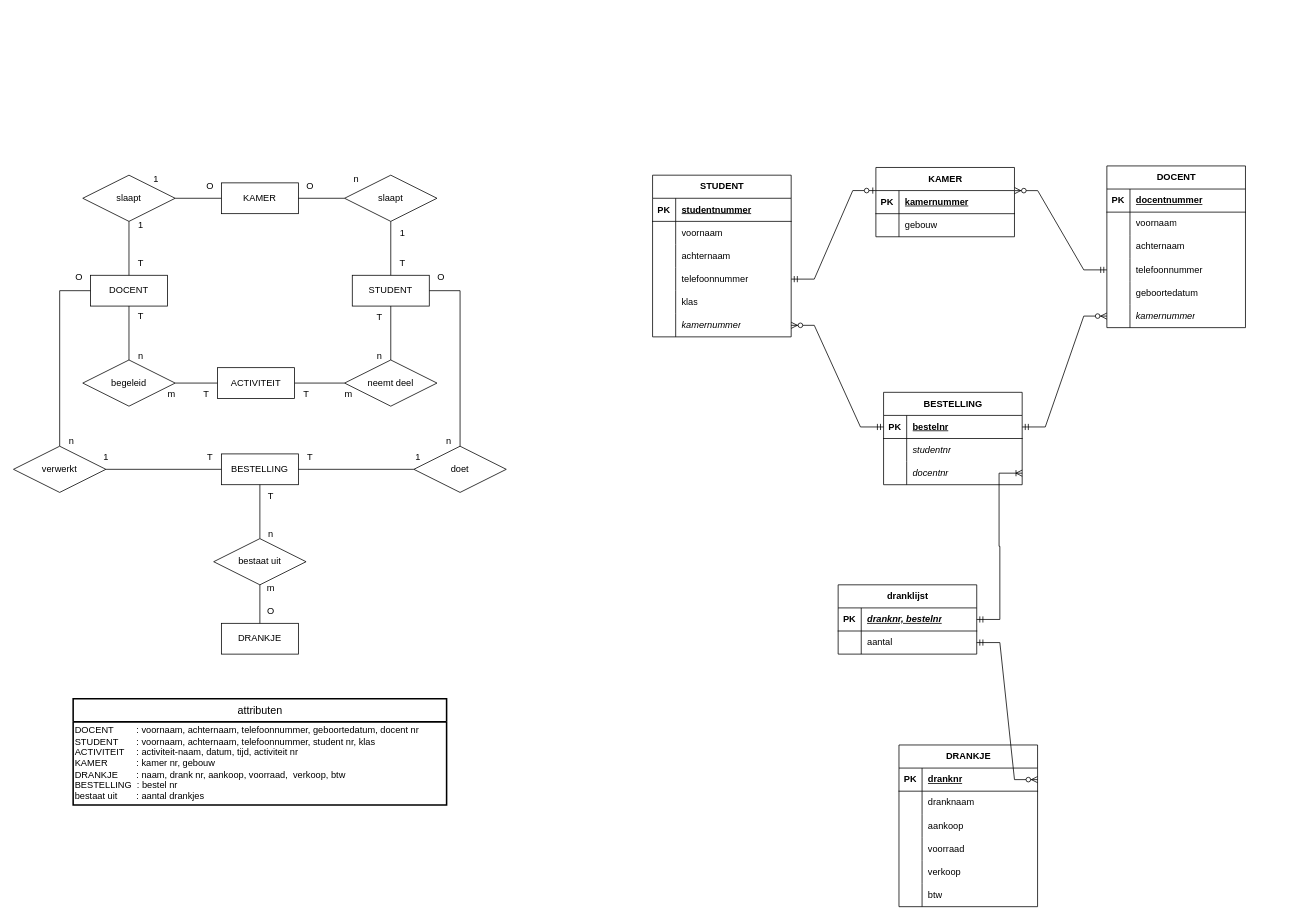
The draw.io diagram ERD project.drawio in Thomas01v/ProjectDatabases, before the edit. Source tidied: cells renumbered, new cells numbered last; positions are measured from the earlier drawing's top-left corner, leaving out a move shared by most shapes. Both pictures are drawn from the tidied source at 77%, with x=0, y=0 at pixel (13, 166).
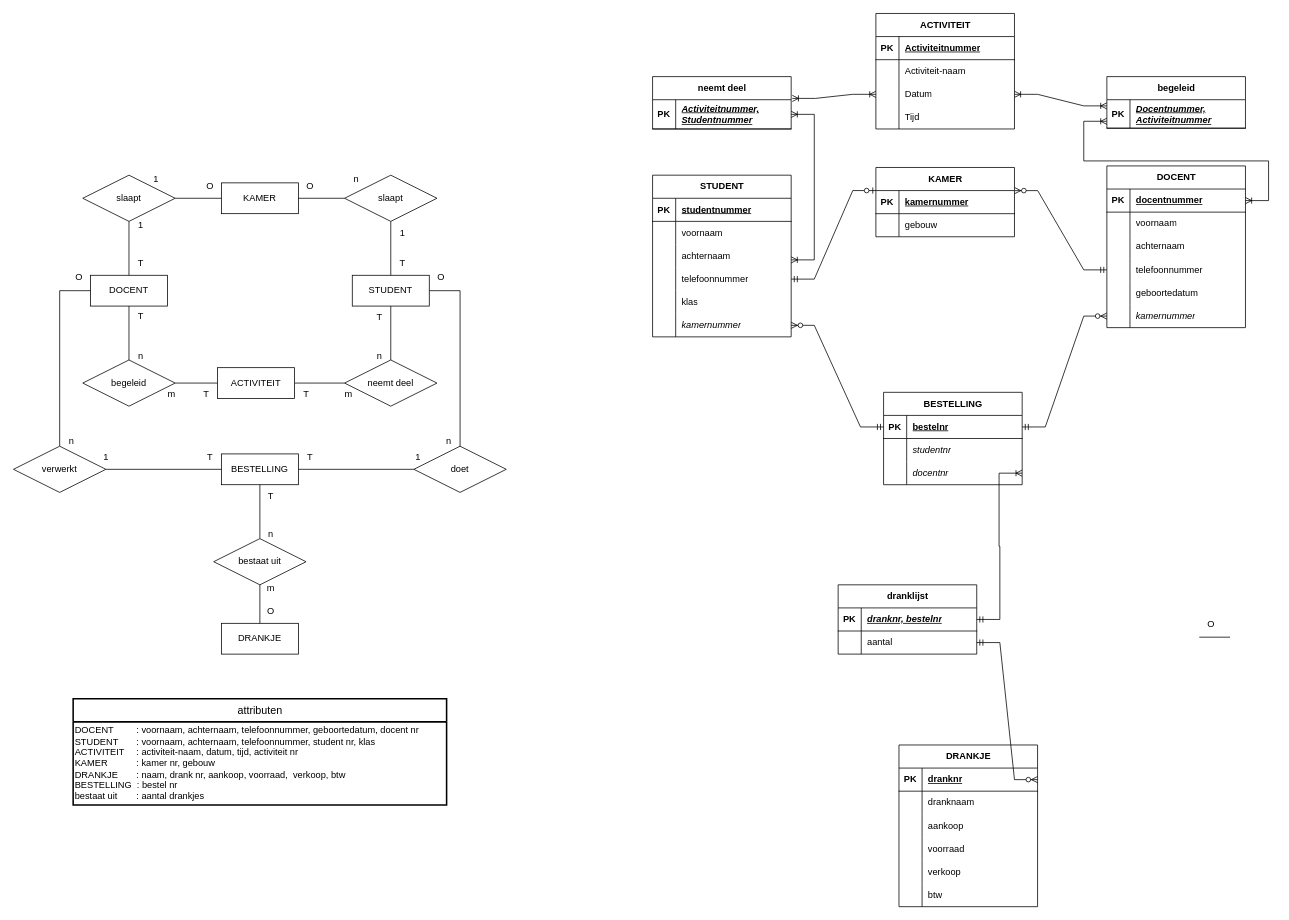
The same diagram, later.

Commit message:
Ik heb die diagram afgemaakt

Ik heb die diagram afgemaakt

The change refers to these unchanged cells:
```xml
<mxCell id="127" style="shape=tableRow;horizontal=0;startSize=0;swimlaneHead=0;swimlaneBody=0;fillColor=none;points=[[0,0.5],[1,0.5]];portConstraint=eastwest;top=0;left=0;right=0;bottom=1;" parent="126" vertex="1">
  <mxGeometry y="30" width="180" height="30" as="geometry" />
</mxCell>
```

Change to the diagram source:
```diff
@@
+    <mxCell id="147" style="endArrow=none;html=1;rounded=0;exitX=1;exitY=0.5;exitDx=0;exitDy=0;" parent="1" edge="1">
+      <mxGeometry relative="1" as="geometry">
+        <mxPoint x="1540" y="612" as="sourcePoint" />
+        <mxPoint x="1580" y="612" as="targetPoint" />
+      </mxGeometry>
+    </mxCell>
+    <mxCell id="148" value="O" style="text;html=1;align=center;verticalAlign=middle;strokeColor=none;fillColor=none;" parent="1" vertex="1">
+      <mxGeometry x="1540" y="580" width="30" height="30" as="geometry" />
+    </mxCell>
+    <mxCell id="149" value="begeleid" style="shape=table;startSize=30;childLayout=tableLayout;rowLines=0;fontStyle=1;align=center;html=1;" parent="1" vertex="1">
+      <mxGeometry x="1420" y="-116" width="180" height="67" as="geometry" />
+    </mxCell>
+    <mxCell id="150" style="shape=tableRow;horizontal=0;startSize=0;swimlaneHead=0;swimlaneBody=0;fillColor=none;top=0;left=0;right=0;bottom=1;" parent="149" vertex="1">
+      <mxGeometry y="30" width="180" height="37" as="geometry" />
+    </mxCell>
+    <mxCell id="151" value="PK" style="shape=partialRectangle;fillColor=none;top=0;left=0;bottom=0;right=0;fontStyle=1;overflow=hidden;whiteSpace=wrap;html=1;" parent="150" vertex="1">
+      <mxGeometry width="30" height="37" as="geometry" />
+    </mxCell>
+    <mxCell id="152" value="&lt;i&gt;Docentnummer, Activiteitnummer&lt;/i&gt;" style="shape=partialRectangle;fillColor=none;top=0;left=0;bottom=0;right=0;align=left;spacingLeft=6;fontStyle=5;overflow=hidden;whiteSpace=wrap;html=1;" parent="150" vertex="1">
+      <mxGeometry x="30" width="150" height="37" as="geometry" />
+    </mxCell>
+    <mxCell id="153" value="ACTIVITEIT" style="shape=table;startSize=30;childLayout=tableLayout;rowLines=0;fontStyle=1;align=center;html=1;" parent="1" vertex="1">
+      <mxGeometry x="1120" y="-198" width="180" height="150" as="geometry" />
+    </mxCell>
+    <mxCell id="154" style="shape=tableRow;horizontal=0;startSize=0;swimlaneHead=0;swimlaneBody=0;fillColor=none;top=0;left=0;right=0;bottom=1;" parent="153" vertex="1">
+      <mxGeometry y="30" width="180" height="30" as="geometry" />
+    </mxCell>
+    <mxCell id="155" value="PK" style="shape=partialRectangle;fillColor=none;top=0;left=0;bottom=0;right=0;fontStyle=1;overflow=hidden;whiteSpace=wrap;html=1;" parent="154" vertex="1">
+      <mxGeometry width="30" height="30" as="geometry" />
+    </mxCell>
+    <mxCell id="156" value="Activiteitnummer" style="shape=partialRectangle;fillColor=none;top=0;left=0;bottom=0;right=0;align=left;spacingLeft=6;fontStyle=5;overflow=hidden;whiteSpace=wrap;html=1;" parent="154" vertex="1">
+      <mxGeometry x="30" width="150" height="30" as="geometry" />
+    </mxCell>
+    <mxCell id="157" style="shape=tableRow;horizontal=0;startSize=0;swimlaneHead=0;swimlaneBody=0;fillColor=none;top=0;left=0;right=0;bottom=0;" parent="153" vertex="1">
+      <mxGeometry y="60" width="180" height="30" as="geometry" />
+    </mxCell>
+    <mxCell id="158" style="shape=partialRectangle;fillColor=none;top=0;left=0;bottom=0;right=0;overflow=hidden;whiteSpace=wrap;html=1;" parent="157" vertex="1">
+      <mxGeometry width="30" height="30" as="geometry" />
+    </mxCell>
+    <mxCell id="159" value="Activiteit-naam" style="shape=partialRectangle;fillColor=none;top=0;left=0;bottom=0;right=0;align=left;spacingLeft=6;overflow=hidden;whiteSpace=wrap;html=1;" parent="157" vertex="1">
+      <mxGeometry x="30" width="150" height="30" as="geometry" />
+    </mxCell>
+    <mxCell id="160" style="shape=tableRow;horizontal=0;startSize=0;swimlaneHead=0;swimlaneBody=0;fillColor=none;points=[[0,0.5],[1,0.5]];portConstraint=eastwest;top=0;left=0;right=0;bottom=0;" parent="153" vertex="1">
+      <mxGeometry y="90" width="180" height="30" as="geometry" />
+    </mxCell>
+    <mxCell id="161" style="shape=partialRectangle;fillColor=none;top=0;left=0;bottom=0;right=0;overflow=hidden;whiteSpace=wrap;html=1;" parent="160" vertex="1">
+      <mxGeometry width="30" height="30" as="geometry" />
+    </mxCell>
+    <mxCell id="162" value="Datum" style="shape=partialRectangle;fillColor=none;top=0;left=0;bottom=0;right=0;align=left;spacingLeft=6;overflow=hidden;whiteSpace=wrap;html=1;" parent="160" vertex="1">
+      <mxGeometry x="30" width="150" height="30" as="geometry" />
+    </mxCell>
+    <mxCell id="163" style="shape=tableRow;horizontal=0;startSize=0;swimlaneHead=0;swimlaneBody=0;fillColor=none;top=0;left=0;right=0;bottom=0;" parent="153" vertex="1">
+      <mxGeometry y="120" width="180" height="30" as="geometry" />
+    </mxCell>
+    <mxCell id="164" style="shape=partialRectangle;fillColor=none;top=0;left=0;bottom=0;right=0;overflow=hidden;whiteSpace=wrap;html=1;" parent="163" vertex="1">
+      <mxGeometry width="30" height="30" as="geometry" />
+    </mxCell>
+    <mxCell id="165" value="Tijd" style="shape=partialRectangle;fillColor=none;top=0;left=0;bottom=0;right=0;align=left;spacingLeft=6;overflow=hidden;whiteSpace=wrap;html=1;" parent="163" vertex="1">
+      <mxGeometry x="30" width="150" height="30" as="geometry" />
+    </mxCell>
+    <mxCell id="166" value="neemt deel" style="shape=table;startSize=30;childLayout=tableLayout;rowLines=0;fontStyle=1;align=center;html=1;" parent="1" vertex="1">
+      <mxGeometry x="830" y="-116" width="180" height="68" as="geometry" />
+    </mxCell>
+    <mxCell id="167" style="shape=tableRow;horizontal=0;startSize=0;swimlaneHead=0;swimlaneBody=0;fillColor=none;points=[[0,0.5],[1,0.5]];portConstraint=eastwest;top=0;left=0;right=0;bottom=1;" parent="166" vertex="1">
+      <mxGeometry y="30" width="180" height="38" as="geometry" />
+    </mxCell>
+    <mxCell id="168" value="PK" style="shape=partialRectangle;fillColor=none;top=0;left=0;bottom=0;right=0;fontStyle=1;overflow=hidden;whiteSpace=wrap;html=1;" parent="167" vertex="1">
+      <mxGeometry width="30" height="38" as="geometry" />
+    </mxCell>
+    <mxCell id="169" value="&lt;i&gt;Activiteitnummer, Studentnummer&lt;/i&gt;" style="shape=partialRectangle;fillColor=none;top=0;left=0;bottom=0;right=0;align=left;spacingLeft=6;fontStyle=5;overflow=hidden;whiteSpace=wrap;html=1;" parent="167" vertex="1">
+      <mxGeometry x="30" width="150" height="38" as="geometry" />
+    </mxCell>
+    <mxCell id="170" style="edgeStyle=entityRelationEdgeStyle;fontSize=12;html=1;endArrow=ERoneToMany;startArrow=ERoneToMany;rounded=0;entryX=1;entryY=0.5;entryDx=0;entryDy=0;" parent="1" edge="1" target="167">
+      <mxGeometry relative="1" as="geometry">
+        <mxPoint x="1010" y="122" as="sourcePoint" />
+      </mxGeometry>
+    </mxCell>
+    <mxCell id="171" style="edgeStyle=entityRelationEdgeStyle;fontSize=12;html=1;endArrow=ERoneToMany;startArrow=ERoneToMany;rounded=0;exitX=1.008;exitY=0.416;exitDx=0;exitDy=0;exitPerimeter=0;entryX=0;entryY=0.5;entryDx=0;entryDy=0;" parent="1" edge="1" source="166" target="160">
+      <mxGeometry relative="1" as="geometry" />
+    </mxCell>
+    <mxCell id="172" style="edgeStyle=entityRelationEdgeStyle;fontSize=12;html=1;endArrow=ERoneToMany;startArrow=ERoneToMany;rounded=0;" parent="1" edge="1" source="160">
+      <mxGeometry relative="1" as="geometry">
+        <mxPoint x="1420" y="-78" as="targetPoint" />
+      </mxGeometry>
+    </mxCell>
+    <mxCell id="173" style="edgeStyle=entityRelationEdgeStyle;fontSize=12;html=1;endArrow=ERoneToMany;startArrow=ERoneToMany;rounded=0;" parent="1" edge="1" source="127">
+      <mxGeometry relative="1" as="geometry">
+        <mxPoint x="1420" y="-58" as="targetPoint" />
+      </mxGeometry>
+    </mxCell>
```
